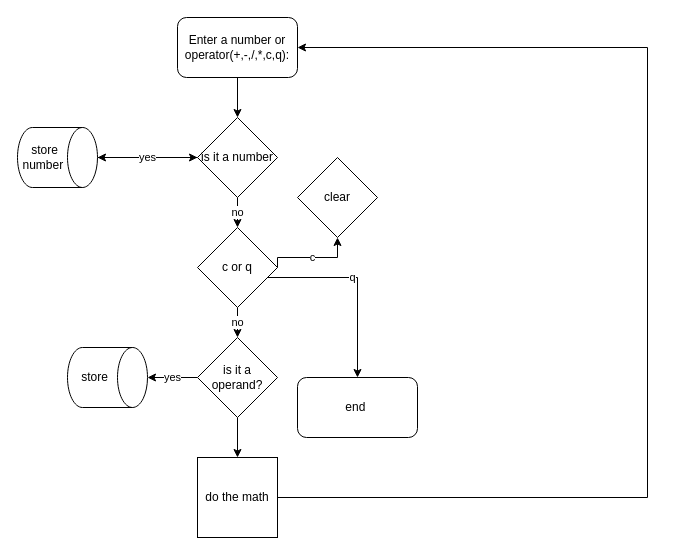
GameGnome/pratice keeps this draw.io diagram as AdvLoops.drawio. Above is the earlier version. Source tidied: cells renumbered, new cells numbered last; positions are measured from the earlier drawing's top-left corner, leaving out a move shared by most shapes. Both pictures are drawn from the tidied source at 100%, with x=0, y=0 at pixel (17, 17).
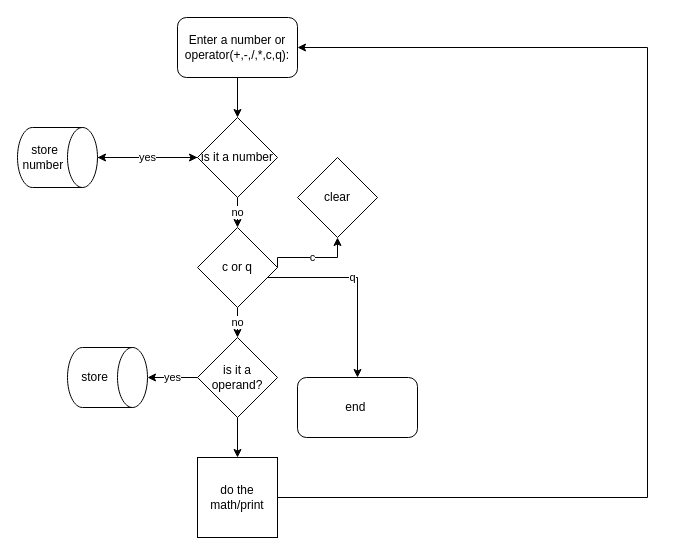
After the change.

Change to the diagram source:
```diff
@@
-    <mxCell id="20" value="do the math" style="whiteSpace=wrap;html=1;" parent="1" vertex="1">
+    <mxCell id="20" value="do the math/print" style="whiteSpace=wrap;html=1;" parent="1" vertex="1">
       <mxGeometry x="180" y="440" width="80" height="80" as="geometry" />
     </mxCell>
```
